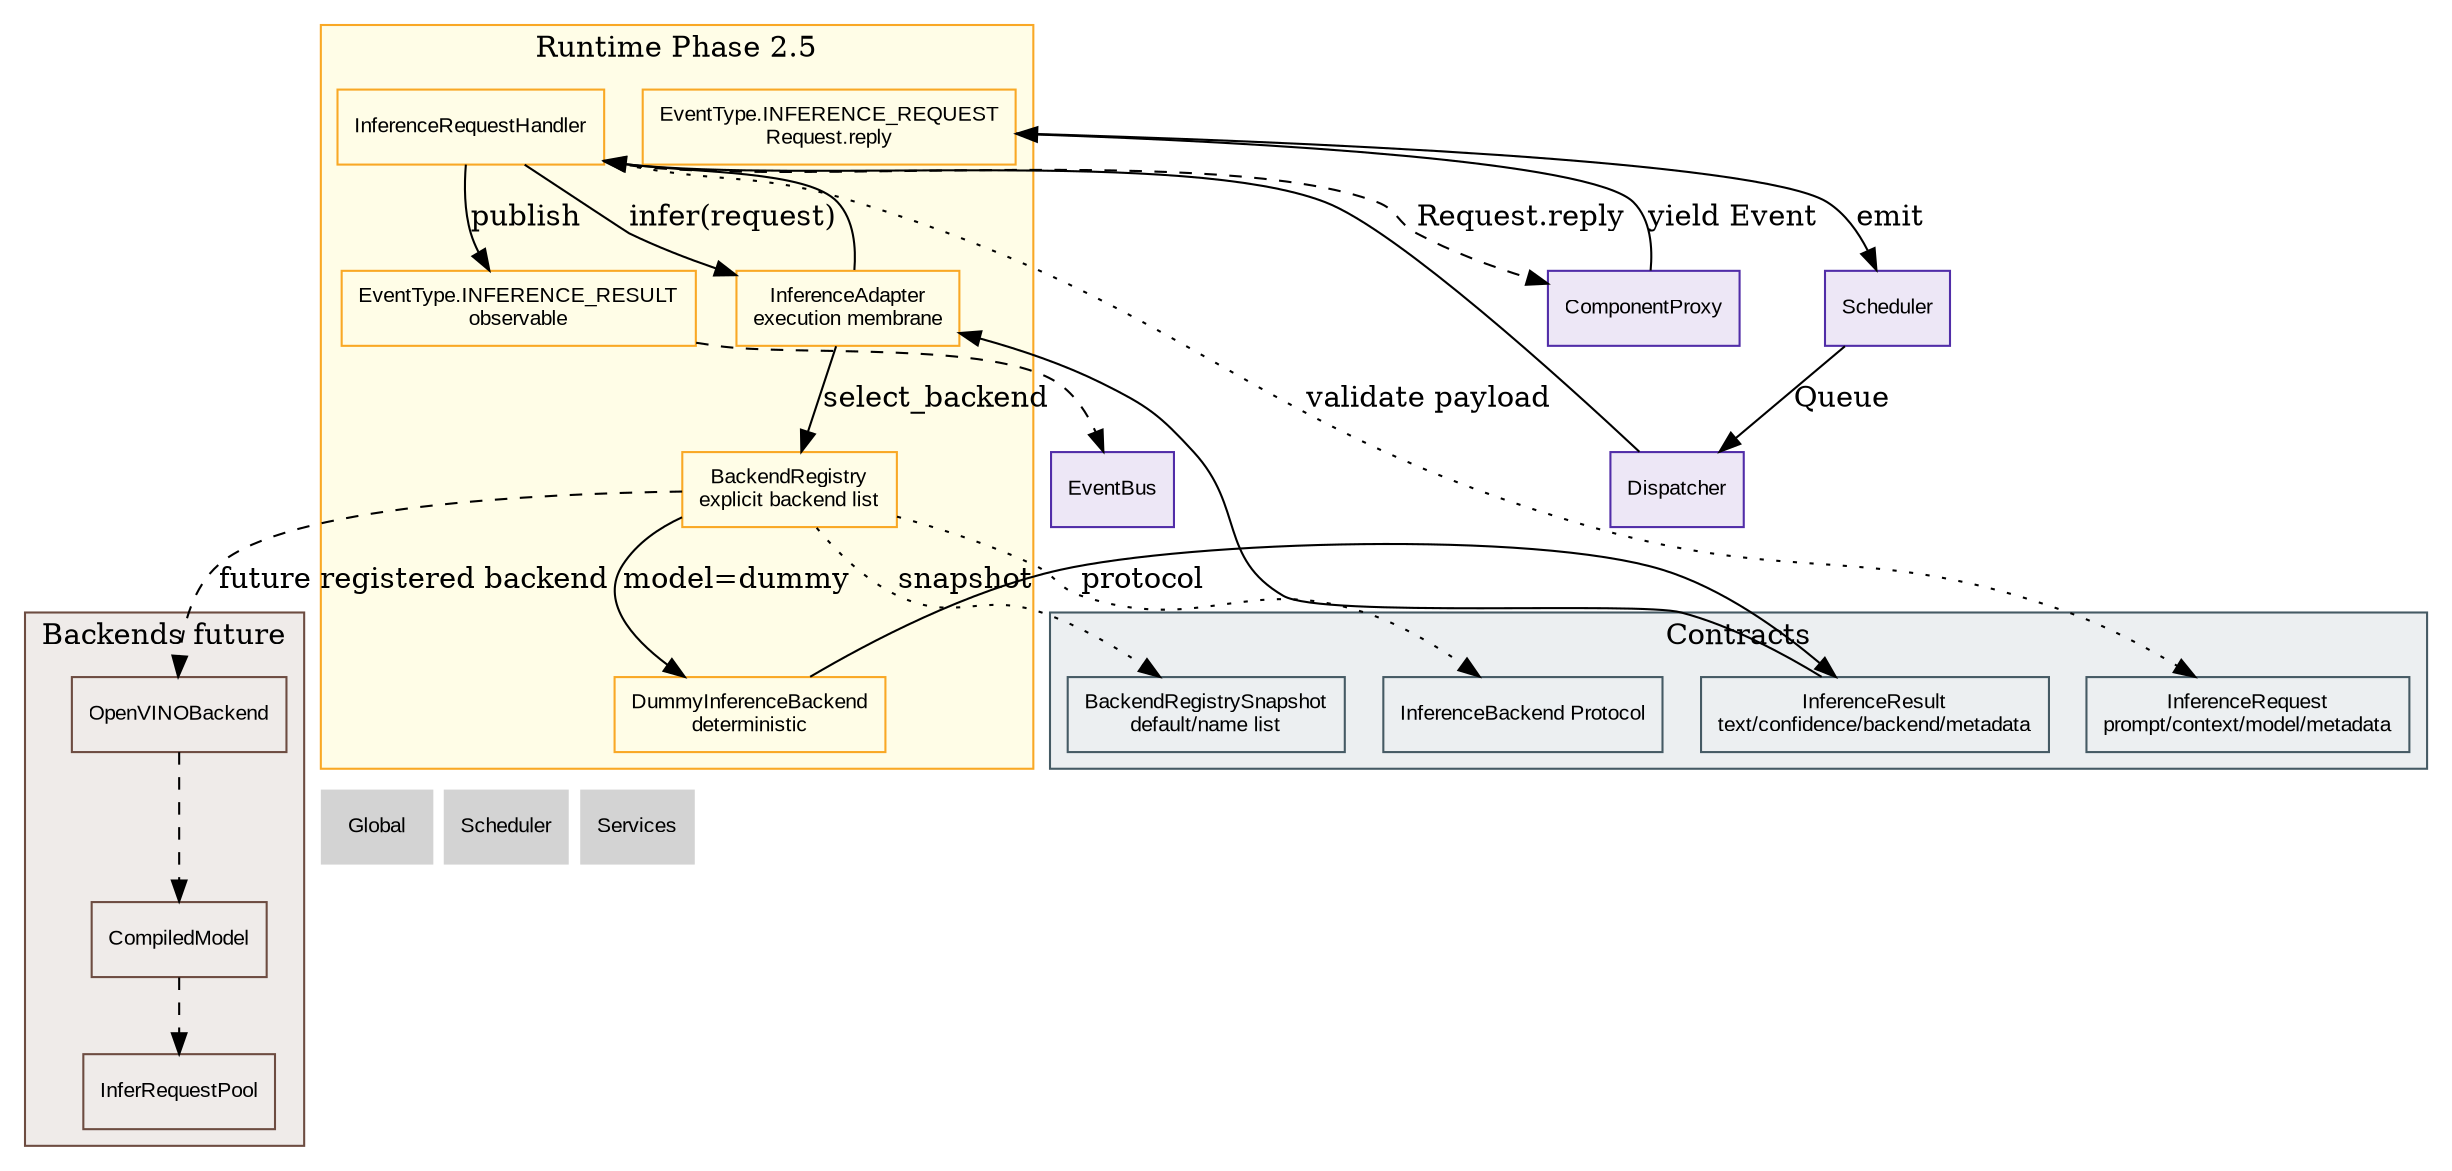
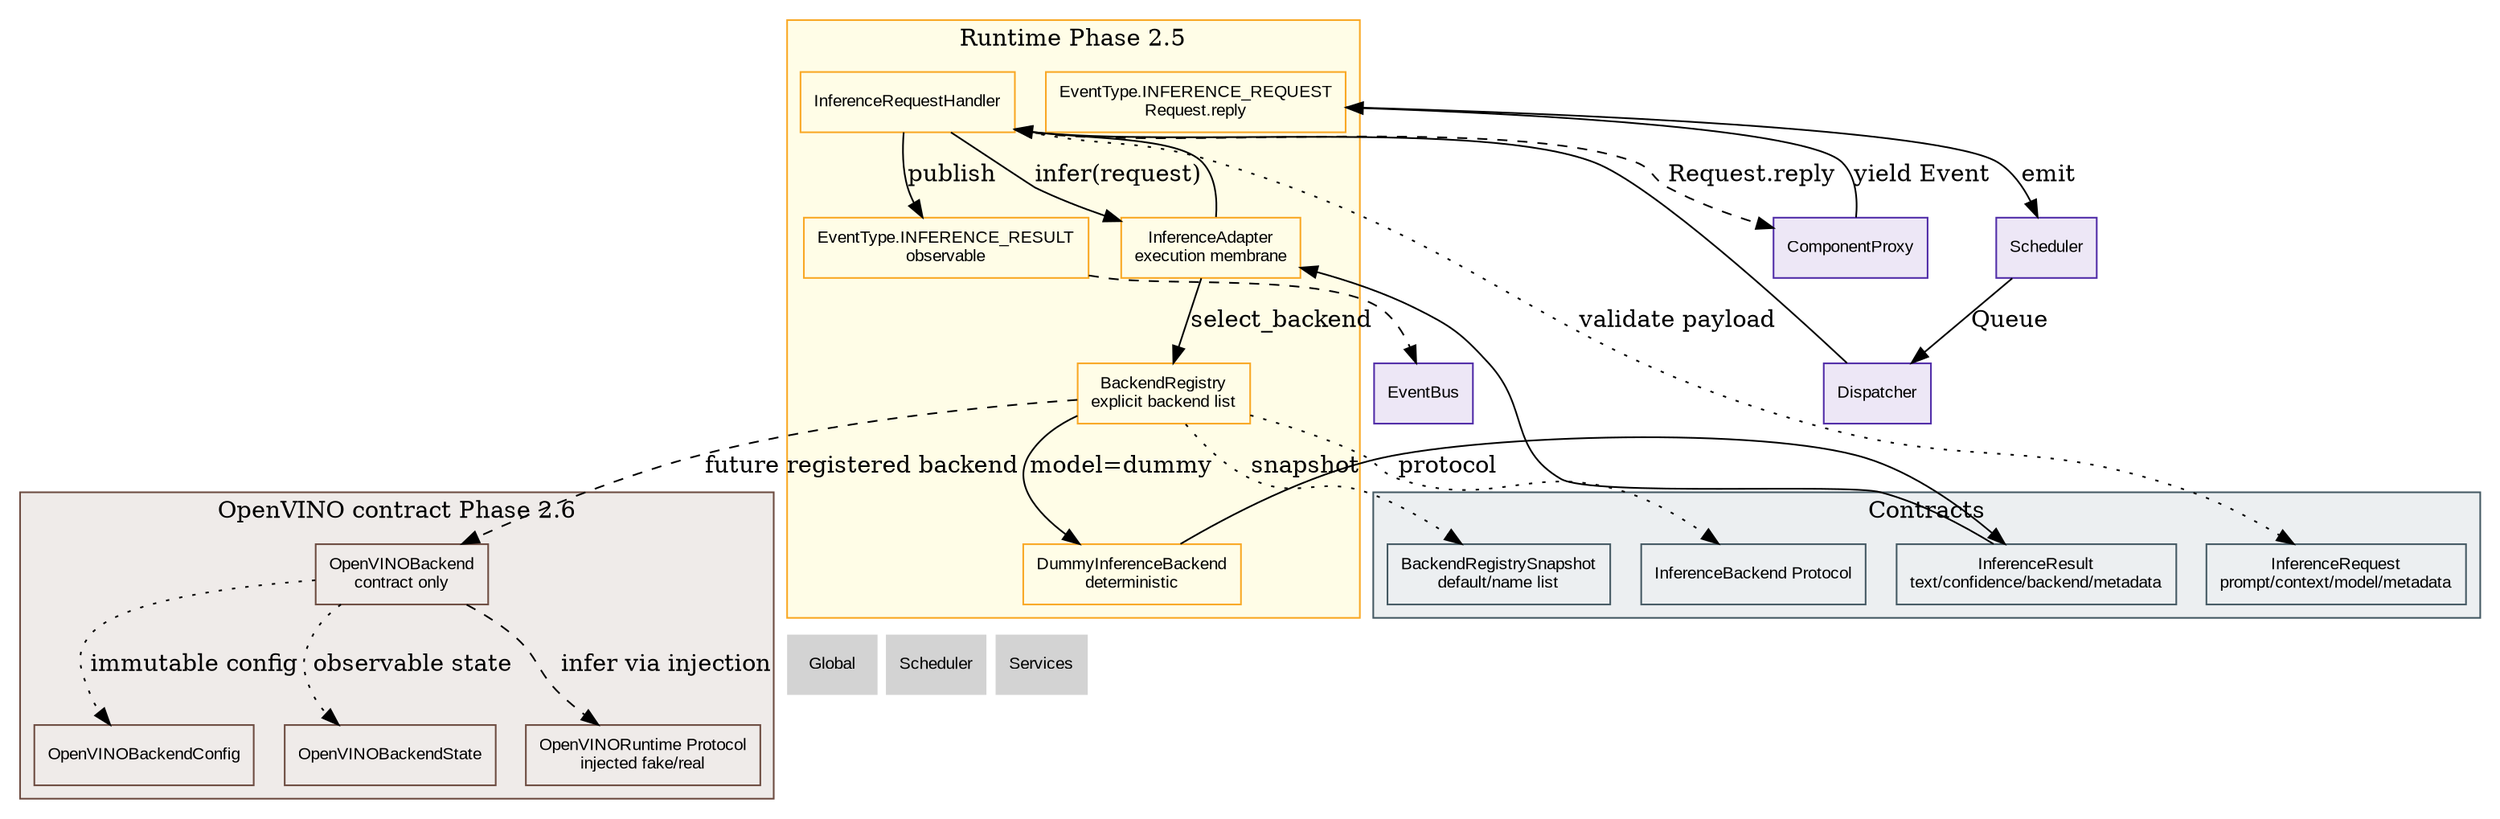
digraph Inference {
    // ROADMAP_ID: inference
    // ROADMAP_PARENT: 00_global.dot

    rankdir=TB;
    node [shape=box, style=filled, fontname="Arial", fontsize=10];

-     // ROADMAP_NOTE[phase2_5]:
-     // BackendRegistry devient la liste explicite des backends disponibles.
-     // InferenceAdapter n'enregistre plus directement les backends : il exécute
-     // seulement via le backend sélectionné par le registry. OpenVINO sera donc
-     // ajouté en enregistrant un backend, pas en modifiant Scheduler/Dispatcher.
+     // ROADMAP_NOTE[phase2_6]:
+     // OpenVINOBackend existe maintenant comme contrat testable avec runtime
+     // injecté. Il n'importe pas encore openvino et n'est pas enregistré par
+     // défaut dans le Launcher. Ce graphe pointe vers 41_openvino_backend.dot
+     // pour le détail du futur backend réel.

    subgraph cluster_contracts {
        label="Contracts";
        color="#455a64";
        bgcolor="#eceff1";
        node [fillcolor="#eceff1", color="#455a64"];
        InferenceRequest [label="InferenceRequest\nprompt/context/model/metadata"];
        InferenceResult [label="InferenceResult\ntext/confidence/backend/metadata"];
        InferenceBackend [label="InferenceBackend Protocol"];
        RegistrySnapshot [label="BackendRegistrySnapshot\ndefault/name list"];
    }

    subgraph cluster_runtime {
        label="Runtime Phase 2.5";
        color="#f9a825";
        bgcolor="#fffde7";
        node [fillcolor="#fffde7", color="#f9a825"];
        EventRequest [label="EventType.INFERENCE_REQUEST\nRequest.reply"];
        Handler [label="InferenceRequestHandler"];
        Adapter [label="InferenceAdapter\nexecution membrane"];
        Registry [label="BackendRegistry\nexplicit backend list"];
        Dummy [label="DummyInferenceBackend\ndeterministic"];
        EventResult [label="EventType.INFERENCE_RESULT\nobservable"];
    }

-     subgraph cluster_future {
-         label="Backends future";
+     subgraph cluster_openvino_contract {
+         label="OpenVINO contract Phase 2.6";
        color="#6d4c41";
        bgcolor="#efebe9";
        node [fillcolor="#efebe9", color="#6d4c41"];
-         OpenVINO [label="OpenVINOBackend"];
-         CompiledModel [label="CompiledModel"];
-         InferPool [label="InferRequestPool"];
+         OpenVINO [label="OpenVINOBackend\ncontract only", URL="41_openvino_backend.svg"];
+         OpenVINOConfig [label="OpenVINOBackendConfig"];
+         OpenVINOState [label="OpenVINOBackendState"];
+         OpenVINORuntime [label="OpenVINORuntime Protocol\ninjected fake/real"];
    }

    Scheduler [fillcolor="#ede7f6", color="#512da8", URL="../scheduler/10_scheduler.svg"];
    Dispatcher [fillcolor="#ede7f6", color="#512da8", URL="../scheduler/dispatcher/11_dispatcher.svg"];
    ComponentProxy [fillcolor="#ede7f6", color="#512da8", URL="../scheduler/component_proxy/14_component_proxy.svg"];
    EventBus [fillcolor="#ede7f6", color="#512da8", URL="../scheduler/event_bus/12_event_bus.svg"];

    ComponentProxy -> EventRequest [label="yield Event"];
    EventRequest -> Scheduler [label="emit"];
    Scheduler -> Dispatcher [label="Queue"];
    Dispatcher -> Handler;
    Handler -> InferenceRequest [style=dotted, label="validate payload"];
    Handler -> Adapter [label="infer(request)"];
    Adapter -> Registry [label="select_backend"];
    Registry -> RegistrySnapshot [style=dotted, label="snapshot"];
    Registry -> InferenceBackend [style=dotted, label="protocol"];
    Registry -> Dummy [label="model=dummy"];
    Dummy -> InferenceResult;
    InferenceResult -> Adapter;
    Adapter -> Handler;
    Handler -> ComponentProxy [label="Request.reply", style=dashed];
    Handler -> EventResult [label="publish"];
    EventResult -> EventBus [style=dashed];

-     OpenVINO -> CompiledModel [style=dashed];
-     CompiledModel -> InferPool [style=dashed];
    Registry -> OpenVINO [style=dashed, label="future registered backend"];
+     OpenVINO -> OpenVINOConfig [style=dotted, label="immutable config"];
+     OpenVINO -> OpenVINOState [style=dotted, label="observable state"];
+     OpenVINO -> OpenVINORuntime [style=dashed, label="infer via injection"];

    Nav_Global [label="Global", shape=plaintext, URL="../00_global.svg"];
    Nav_Scheduler [label="Scheduler", shape=plaintext, URL="../scheduler/10_scheduler.svg"];
    Nav_Services [label="Services", shape=plaintext, URL="../services/30_services.svg"];

    { rank=sink; Nav_Global; Nav_Scheduler; Nav_Services; }
}
